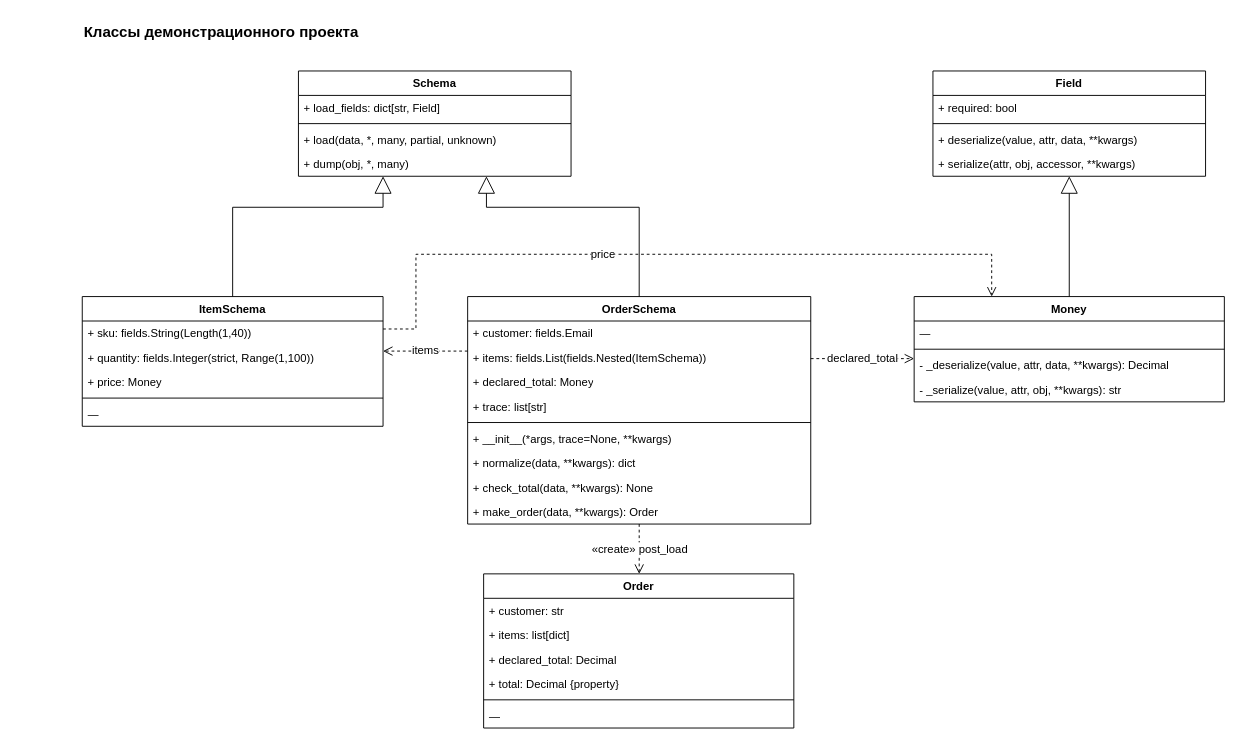
Earlier version of the draw.io diagram page "06 — Классы демо" (6 of 6) of diagrams/Marshmallow-DEMO17-styled.drawio (Acelarin32/ppo_laba5). Source tidied: cells renumbered, new cells numbered last; positions are measured from the earlier drawing's top-left corner, leaving out a move shared by most shapes. Both pictures are drawn from the tidied source at 94%, with x=0, y=0 at pixel (82, 16).
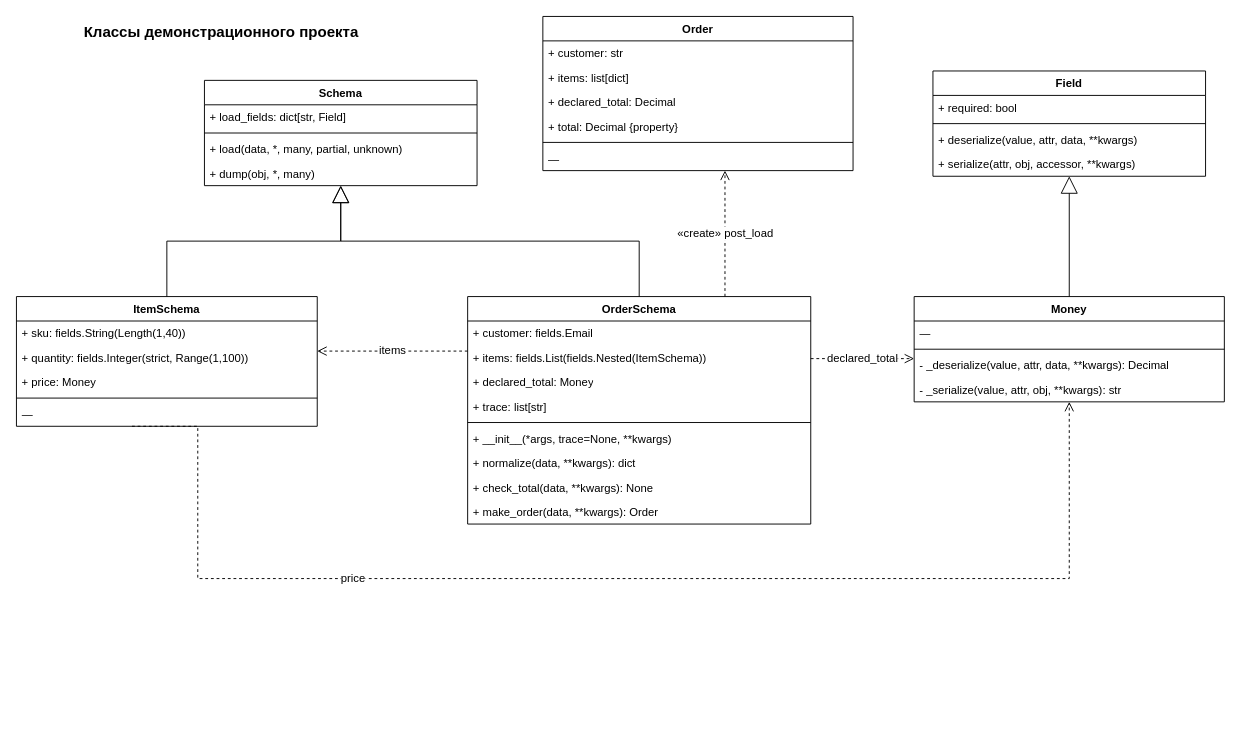
The same page after the edit.

Unchanged cells that the change refers to:
```xml
<mxCell id="2" value="OrderSchema" style="swimlane;fontStyle=1;align=center;verticalAlign=top;horizontal=1;startSize=26;whiteSpace=wrap;html=1;" parent="1" vertex="1">
  <mxGeometry x="410" y="298" width="365" height="242" as="geometry" />
</mxCell>
<mxCell id="22" value="—" style="text;strokeColor=none;fillColor=none;align=left;verticalAlign=top;spacingLeft=4;spacingRight=4;overflow=hidden;points=[[0,0.5],[1,0.5]];portConstraint=eastwest;whiteSpace=wrap;html=1;" parent="17" vertex="1">
  <mxGeometry y="112" width="320" height="26" as="geometry" />
</mxCell>
<mxCell id="28" value="Money" style="swimlane;fontStyle=1;align=center;verticalAlign=top;horizontal=1;startSize=26;whiteSpace=wrap;html=1;" parent="1" vertex="1">
  <mxGeometry x="885" y="298" width="330" height="112" as="geometry" />
</mxCell>
```

Change to the diagram source:
```diff
@@
     <mxCell id="12" value="Schema" style="swimlane;fontStyle=1;align=center;verticalAlign=top;horizontal=1;startSize=26;whiteSpace=wrap;html=1;" parent="1" vertex="1">
-      <mxGeometry x="230" y="58" width="290" height="112" as="geometry" />
+      <mxGeometry x="130" y="68" width="290" height="112" as="geometry" />
     </mxCell>
@@
     <mxCell id="17" value="ItemSchema" style="swimlane;fontStyle=1;align=center;verticalAlign=top;horizontal=1;startSize=26;whiteSpace=wrap;html=1;" parent="1" vertex="1">
-      <mxGeometry y="298" width="320" height="138" as="geometry" />
+      <mxGeometry x="-70" y="298" width="320" height="138" as="geometry" />
     </mxCell>
@@
     <mxCell id="33" value="Order" style="swimlane;fontStyle=1;align=center;verticalAlign=top;horizontal=1;startSize=26;whiteSpace=wrap;html=1;" parent="1" vertex="1">
-      <mxGeometry x="427" y="593" width="330" height="164" as="geometry" />
+      <mxGeometry x="490" width="330" height="164" as="geometry" />
     </mxCell>
@@
-    <mxCell id="40" style="edgeStyle=none;noEdgeStyle=1;orthogonal=1;rounded=0;html=1;strokeWidth=1;endArrow=block;endFill=0;endSize=16;fontSize=12;defaultLabelBackgroundColor=page;exitX=0.5;exitY=0.0;exitPerimeter=0;" parent="1" edge="1" source="17" target="12">
-      <mxGeometry relative="1" as="geometry">
-        <Array as="points">
-          <mxPoint x="160" y="203" />
-          <mxPoint x="320" y="203" />
-        </Array>
-      </mxGeometry>
+    <mxCell id="40" style="edgeStyle=orthogonalEdgeStyle;orthogonal=1;rounded=0;html=1;strokeWidth=1;endArrow=block;endFill=0;endSize=16;fontSize=12;defaultLabelBackgroundColor=page;exitX=0.5;exitY=0.0;exitPerimeter=0;" parent="1" edge="1" source="17" target="12">
+      <mxGeometry relative="1" as="geometry" />
     </mxCell>
-    <mxCell id="41" style="edgeStyle=none;noEdgeStyle=1;orthogonal=1;rounded=0;html=1;strokeWidth=1;endArrow=block;endFill=0;endSize=16;fontSize=12;defaultLabelBackgroundColor=page;exitX=0.5;exitY=0.0;exitPerimeter=0;" parent="1" edge="1" source="2" target="12">
-      <mxGeometry relative="1" as="geometry">
-        <Array as="points">
-          <mxPoint x="592.5" y="203" />
-          <mxPoint x="430" y="203" />
-        </Array>
-      </mxGeometry>
+    <mxCell id="41" style="edgeStyle=orthogonalEdgeStyle;orthogonal=1;rounded=0;html=1;strokeWidth=1;endArrow=block;endFill=0;endSize=16;fontSize=12;defaultLabelBackgroundColor=page;exitX=0.5;exitY=0.0;exitPerimeter=0;" parent="1" edge="1" source="2" target="12">
+      <mxGeometry relative="1" as="geometry" />
     </mxCell>
@@
-    <mxCell id="44" value="price" style="edgeStyle=none;noEdgeStyle=1;orthogonal=1;rounded=0;html=1;strokeWidth=1;endArrow=open;endFill=0;endSize=8;fontSize=12;defaultLabelBackgroundColor=page;dashed=1;exitX=1;exitY=0.25;entryX=0.25;entryY=0;exitDx=0;exitDy=0;entryDx=0;entryDy=0;" parent="1" edge="1" source="17" target="28">
-      <mxGeometry x="-0.19" relative="1" as="geometry">
+    <mxCell id="44" value="price" style="edgeStyle=orthogonalEdgeStyle;orthogonal=1;rounded=0;html=1;strokeWidth=1;endArrow=open;endFill=0;endSize=8;fontSize=12;defaultLabelBackgroundColor=page;dashed=1;exitX=0.384;exitY=0.999;exitDx=0;exitDy=0;exitPerimeter=0;" parent="1" edge="1" source="22" target="28">
+      <mxGeometry x="-0.41" relative="1" as="geometry">
         <Array as="points">
-          <mxPoint x="355" y="332.5" />
-          <mxPoint x="355" y="253" />
-          <mxPoint x="967.5" y="253" />
+          <mxPoint x="122.9" y="436" />
+          <mxPoint x="122.9" y="598" />
+          <mxPoint x="1050" y="598" />
         </Array>
       </mxGeometry>
     </mxCell>
@@
-    <mxCell id="46" value="«create» post_load" style="edgeStyle=none;noEdgeStyle=1;orthogonal=1;rounded=0;html=1;strokeWidth=1;endArrow=open;endFill=0;endSize=8;fontSize=12;defaultLabelBackgroundColor=page;dashed=1;exitX=0.5;exitY=1.0;exitPerimeter=0;entryX=0.5015151515151515;entryY=0.0;entryPerimeter=0;" parent="1" edge="1" source="2" target="33">
+    <mxCell id="46" value="«create» post_load" style="edgeStyle=none;noEdgeStyle=1;orthogonal=1;rounded=0;html=1;strokeWidth=1;endArrow=open;endFill=0;endSize=8;fontSize=12;defaultLabelBackgroundColor=page;dashed=1;exitX=0.75;exitY=0;exitDx=0;exitDy=0;" parent="1" edge="1" source="2" target="33">
       <mxGeometry relative="1" as="geometry" />
     </mxCell>
```
